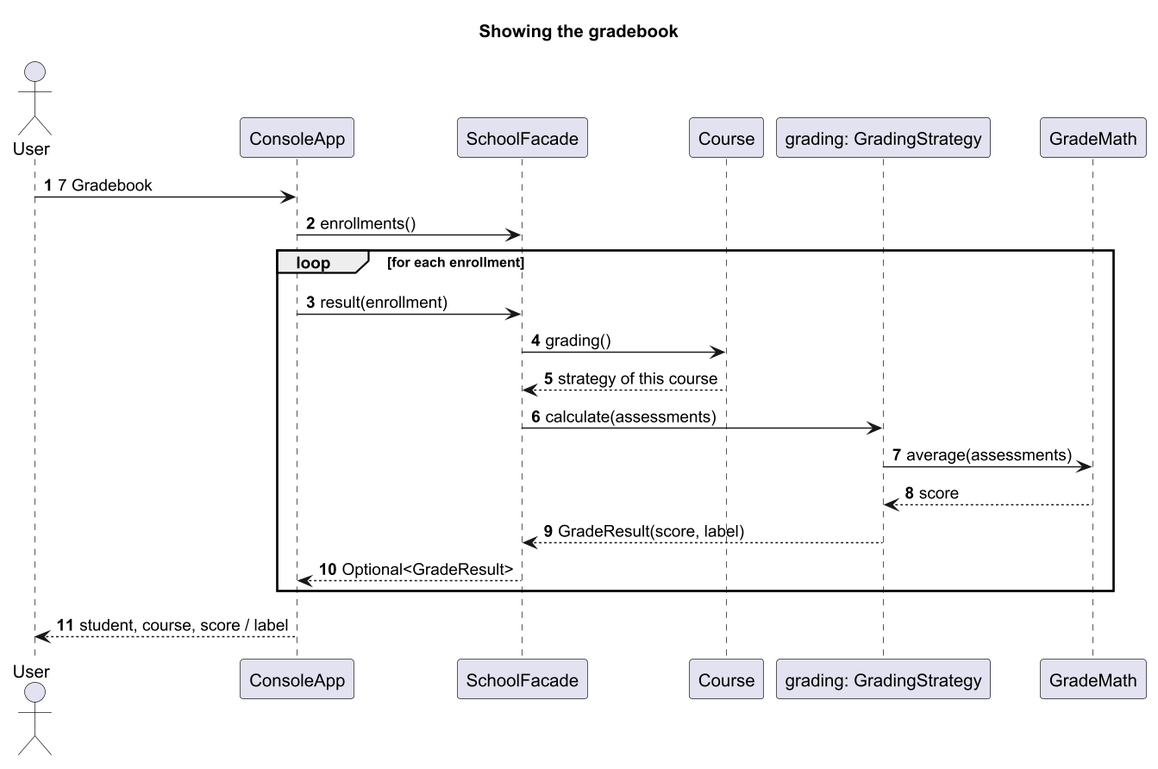
Above: docs/images/sequence-gradebook.png in Asylstyle/school-management-system (PlantUML), before the change.
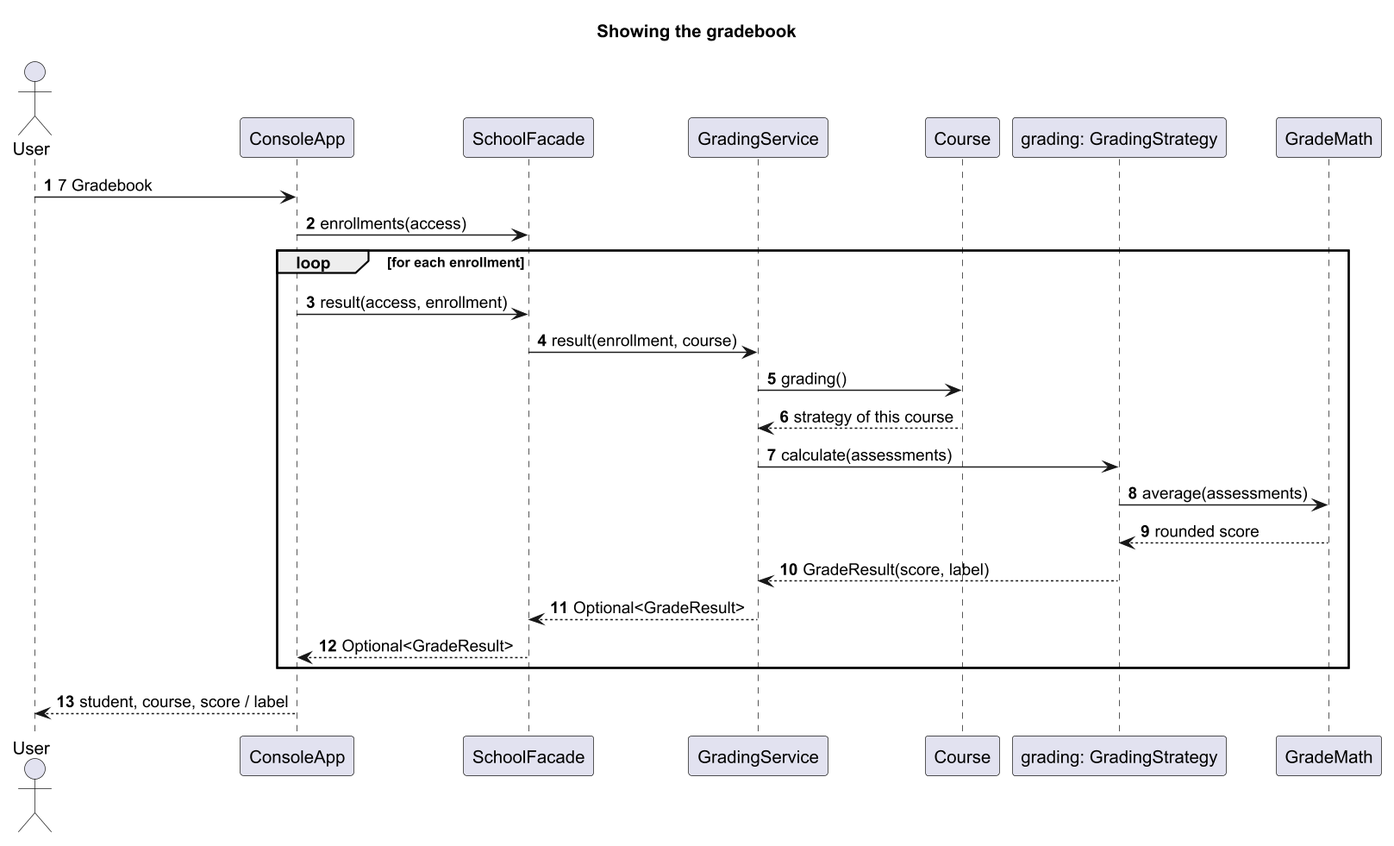
Later version of the same file.

What changed in the source:
```diff
@@ -7,20 +7,23 @@
 actor User
 participant ConsoleApp
 participant SchoolFacade
+participant GradingService
 participant Course
 participant "grading: GradingStrategy" as Strategy
 participant GradeMath
 
 User -> ConsoleApp : 7 Gradebook
-ConsoleApp -> SchoolFacade : enrollments()
+ConsoleApp -> SchoolFacade : enrollments(access)
 loop for each enrollment
-  ConsoleApp -> SchoolFacade : result(enrollment)
-  SchoolFacade -> Course : grading()
-  Course --> SchoolFacade : strategy of this course
-  SchoolFacade -> Strategy : calculate(assessments)
+  ConsoleApp -> SchoolFacade : result(access, enrollment)
+  SchoolFacade -> GradingService : result(enrollment, course)
+  GradingService -> Course : grading()
+  Course --> GradingService : strategy of this course
+  GradingService -> Strategy : calculate(assessments)
   Strategy -> GradeMath : average(assessments)
-  GradeMath --> Strategy : score
-  Strategy --> SchoolFacade : GradeResult(score, label)
+  GradeMath --> Strategy : rounded score
+  Strategy --> GradingService : GradeResult(score, label)
+  GradingService --> SchoolFacade : Optional<GradeResult>
   SchoolFacade --> ConsoleApp : Optional<GradeResult>
 end
 ConsoleApp --> User : student, course, score / label
```
